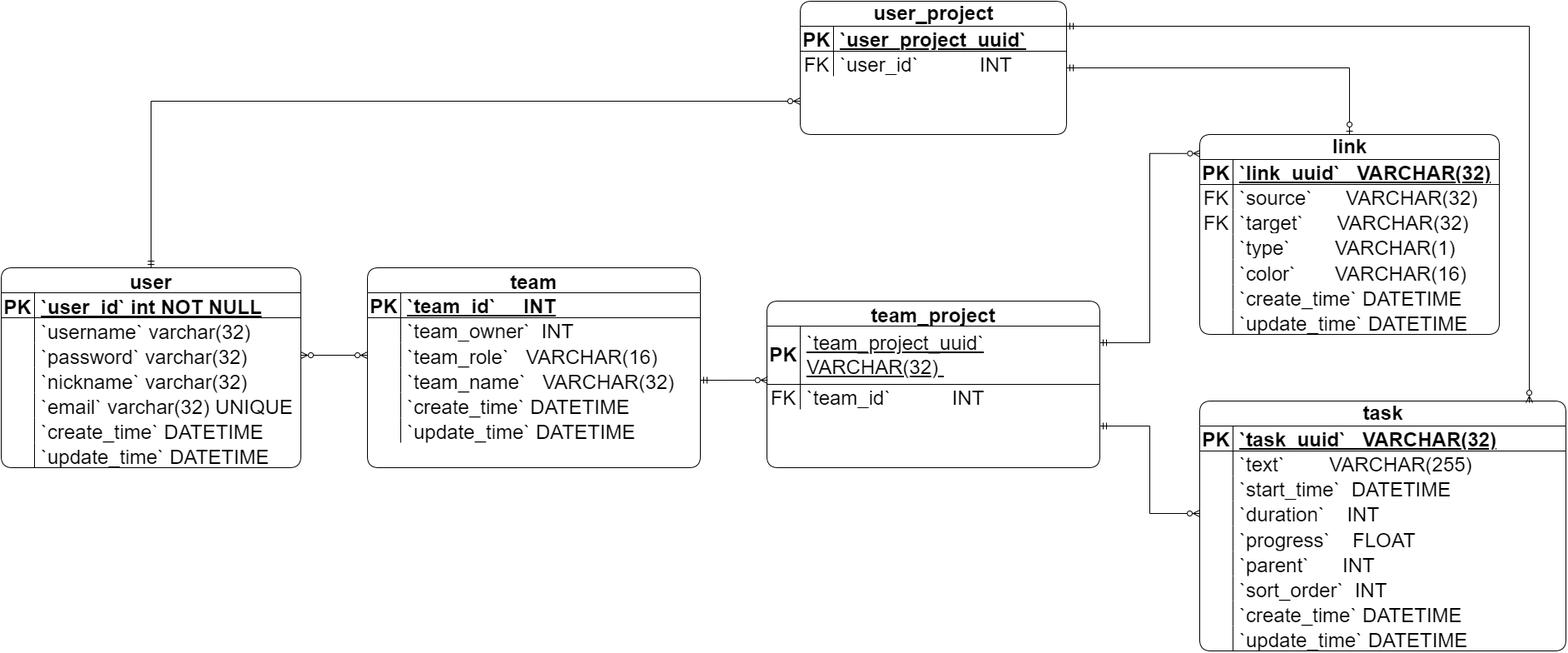
Above: docs/imgs/gantt-db-drawio.png in zhouyibetter/Interactive-Web-Gantt-Chart (draw.io), before the change. Source tidied: cells renumbered, new cells last; positions are measured from the earlier drawing's top-left corner, leaving out a move shared by most shapes.
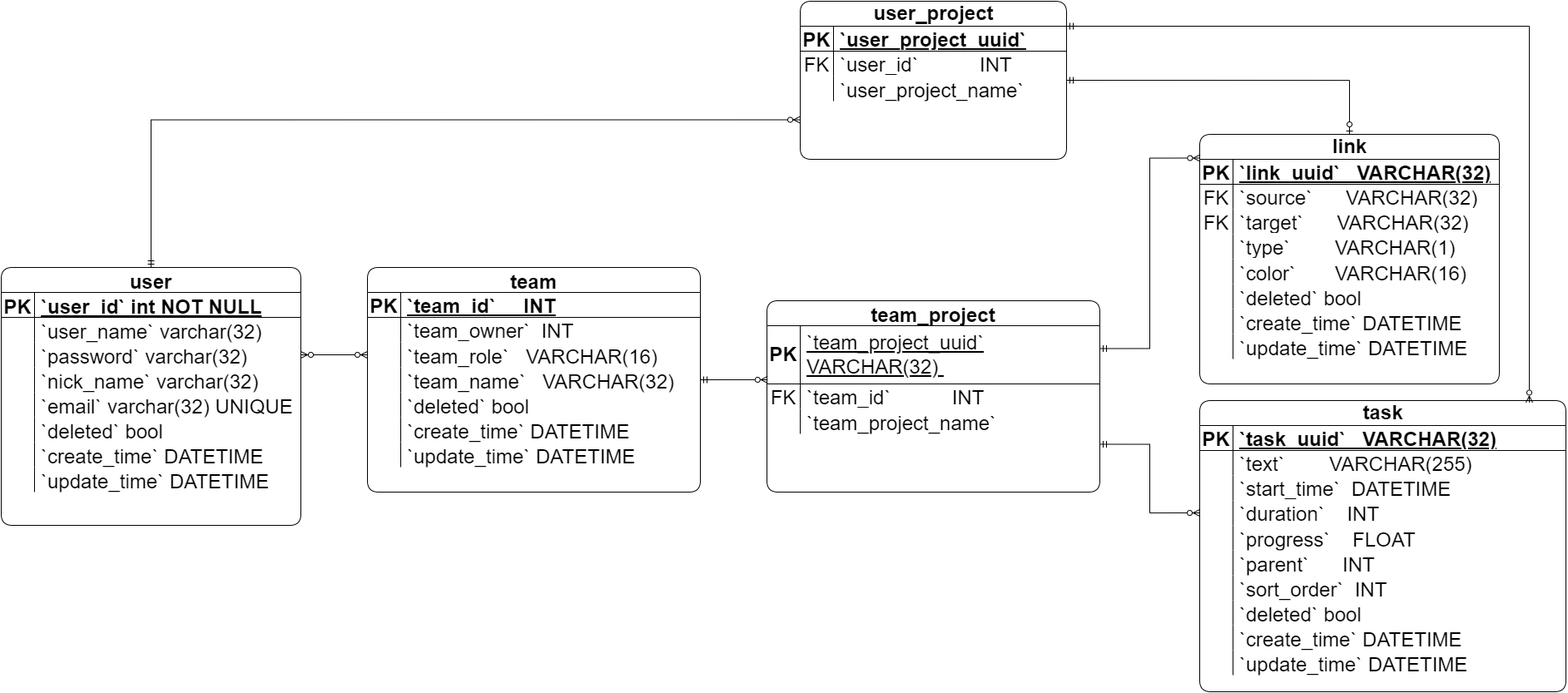
The same diagram one commit later.

What changed in the source:
```diff
@@ -3,7 +3,7 @@
     <mxCell id="0" />
     <mxCell id="1" parent="0" />
     <mxCell id="2" value="team" style="shape=table;startSize=30;rowLines=0;fontStyle=1;align=center;rounded=1;fontSize=24;" parent="1" vertex="1">
-      <mxGeometry x="440" y="320" width="400" height="240" as="geometry" />
+      <mxGeometry x="440" y="320" width="400" height="270" as="geometry" />
     </mxCell>
     <mxCell id="3" style="shape=tableRow;horizontal=0;startSize=0;swimlaneHead=0;swimlaneBody=0;fillColor=none;top=0;left=0;right=0;bottom=1;rounded=1;fontSize=24;" parent="2" vertex="1">
       <mxGeometry y="30" width="400" height="30" as="geometry" />
@@ -41,8 +41,17 @@
     <mxCell id="14" value="`team_name`   VARCHAR(32) " style="shape=partialRectangle;fillColor=none;top=0;left=0;bottom=0;right=0;align=left;spacingLeft=6;overflow=hidden;rounded=1;fontSize=24;" parent="12" vertex="1">
       <mxGeometry x="40" width="360" height="30" as="geometry" />
     </mxCell>
+    <mxCell id="114" style="shape=tableRow;horizontal=0;startSize=0;swimlaneHead=0;swimlaneBody=0;fillColor=none;top=0;left=0;right=0;bottom=0;fontSize=24;" parent="2" vertex="1">
+      <mxGeometry y="150" width="400" height="30" as="geometry" />
+    </mxCell>
+    <mxCell id="115" style="shape=partialRectangle;fillColor=none;top=0;left=0;bottom=0;right=0;overflow=hidden;fontSize=24;" parent="114" vertex="1">
+      <mxGeometry width="40" height="30" as="geometry" />
+    </mxCell>
+    <mxCell id="116" value="`deleted` bool" style="shape=partialRectangle;fillColor=none;top=0;left=0;bottom=0;right=0;align=left;spacingLeft=6;overflow=hidden;fontSize=24;" parent="114" vertex="1">
+      <mxGeometry x="40" width="360" height="30" as="geometry" />
+    </mxCell>
     <mxCell id="15" style="shape=tableRow;horizontal=0;startSize=0;swimlaneHead=0;swimlaneBody=0;fillColor=none;top=0;left=0;right=0;bottom=0;fontSize=24;" parent="2" vertex="1">
-      <mxGeometry y="150" width="400" height="30" as="geometry" />
+      <mxGeometry y="180" width="400" height="30" as="geometry" />
     </mxCell>
     <mxCell id="16" style="shape=partialRectangle;fillColor=none;top=0;left=0;bottom=0;right=0;overflow=hidden;fontSize=24;" parent="15" vertex="1">
       <mxGeometry width="40" height="30" as="geometry" />
@@ -51,7 +60,7 @@
       <mxGeometry x="40" width="360" height="30" as="geometry" />
     </mxCell>
     <mxCell id="18" style="shape=tableRow;horizontal=0;startSize=0;swimlaneHead=0;swimlaneBody=0;fillColor=none;top=0;left=0;right=0;bottom=0;fontSize=24;" parent="2" vertex="1">
-      <mxGeometry y="180" width="400" height="30" as="geometry" />
+      <mxGeometry y="210" width="400" height="30" as="geometry" />
     </mxCell>
     <mxCell id="19" style="shape=partialRectangle;fillColor=none;top=0;left=0;bottom=0;right=0;overflow=hidden;fontSize=24;" parent="18" vertex="1">
       <mxGeometry width="40" height="30" as="geometry" />
@@ -59,11 +68,11 @@
     <mxCell id="20" value="`update_time` DATETIME" style="shape=partialRectangle;fillColor=none;top=0;left=0;bottom=0;right=0;align=left;spacingLeft=6;overflow=hidden;fontSize=24;" parent="18" vertex="1">
       <mxGeometry x="40" width="360" height="30" as="geometry" />
     </mxCell>
-    <mxCell id="21" style="edgeStyle=orthogonalEdgeStyle;rounded=0;jettySize=auto;html=1;exitX=1;exitY=0.75;exitDx=0;exitDy=0;entryX=0;entryY=0.5;entryDx=0;entryDy=0;startArrow=ERmandOne;startFill=0;endArrow=ERzeroToMany;endFill=0;" parent="1" edge="1" source="22" target="70">
+    <mxCell id="21" style="edgeStyle=orthogonalEdgeStyle;rounded=0;jettySize=auto;html=1;exitX=1;exitY=0.75;exitDx=0;exitDy=0;entryX=0;entryY=0.5;entryDx=0;entryDy=0;startArrow=ERmandOne;startFill=0;endArrow=ERzeroToMany;endFill=0;fontSize=24;" parent="1" edge="1" source="22" target="70">
       <mxGeometry relative="1" as="geometry" />
     </mxCell>
     <mxCell id="22" value="team_project" style="shape=table;startSize=30;rowLines=0;fontStyle=1;align=center;rounded=1;fontSize=24;" parent="1" vertex="1">
-      <mxGeometry x="920" y="360" width="400" height="200" as="geometry" />
+      <mxGeometry x="920" y="360" width="400" height="230" as="geometry" />
     </mxCell>
     <mxCell id="23" style="shape=tableRow;horizontal=0;startSize=0;swimlaneHead=0;swimlaneBody=0;fillColor=none;points=[[0,0.5],[1,0.5]];portConstraint=eastwest;top=0;left=0;right=0;bottom=1;fontSize=24;" parent="22" vertex="1">
       <mxGeometry y="30" width="400" height="70" as="geometry" />
@@ -83,11 +92,20 @@
     <mxCell id="28" value="`team_id`&amp;nbsp; &amp;nbsp; &amp;nbsp; &amp;nbsp; &amp;nbsp; &amp;nbsp;INT" style="shape=partialRectangle;fillColor=none;top=0;left=0;bottom=0;right=0;align=left;spacingLeft=6;fontStyle=0;overflow=hidden;whiteSpace=wrap;html=1;rounded=1;fontSize=24;" parent="26" vertex="1">
       <mxGeometry x="40" width="360" height="30" as="geometry" />
     </mxCell>
+    <mxCell id="117" style="shape=tableRow;horizontal=0;startSize=0;swimlaneHead=0;swimlaneBody=0;fillColor=none;top=0;left=0;right=0;bottom=0;fontSize=24;" parent="22" vertex="1">
+      <mxGeometry y="130" width="400" height="30" as="geometry" />
+    </mxCell>
+    <mxCell id="118" style="shape=partialRectangle;fillColor=none;top=0;left=0;bottom=0;right=0;overflow=hidden;fontSize=24;" parent="117" vertex="1">
+      <mxGeometry width="40" height="30" as="geometry" />
+    </mxCell>
+    <mxCell id="119" value="`team_project_name`" style="shape=partialRectangle;fillColor=none;top=0;left=0;bottom=0;right=0;align=left;spacingLeft=6;overflow=hidden;fontSize=24;" parent="117" vertex="1">
+      <mxGeometry x="40" width="360" height="30" as="geometry" />
+    </mxCell>
     <mxCell id="29" style="edgeStyle=orthogonalEdgeStyle;rounded=0;jettySize=auto;html=1;exitX=0.5;exitY=0;exitDx=0;exitDy=0;entryX=0;entryY=0.75;entryDx=0;entryDy=0;startArrow=ERmandOne;startFill=0;endArrow=ERzeroToMany;endFill=0;fontSize=24;" parent="1" edge="1" source="30" target="53">
       <mxGeometry relative="1" as="geometry" />
     </mxCell>
     <mxCell id="30" value="user" style="shape=table;startSize=30;rowLines=0;fontStyle=1;align=center;rounded=1;fontSize=24;" parent="1" vertex="1">
-      <mxGeometry y="320" width="360" height="240" as="geometry" />
+      <mxGeometry y="320" width="360" height="310" as="geometry" />
     </mxCell>
     <mxCell id="31" style="shape=partialRectangle;fillColor=none;top=0;left=0;right=0;bottom=1;rounded=1;fontSize=24;" parent="30" vertex="1">
       <mxGeometry y="30" width="360" height="30" as="geometry" />
@@ -104,7 +122,7 @@
     <mxCell id="35" style="shape=partialRectangle;overflow=hidden;fillColor=none;top=0;left=0;bottom=0;right=0;rounded=1;fontSize=24;" parent="34" vertex="1">
       <mxGeometry width="40" height="30" as="geometry" />
     </mxCell>
-    <mxCell id="36" value="`username` varchar(32) " style="shape=partialRectangle;overflow=hidden;fillColor=none;top=0;left=0;bottom=0;right=0;align=left;spacingLeft=6;rounded=1;fontSize=24;" parent="34" vertex="1">
+    <mxCell id="36" value="`user_name` varchar(32) " style="shape=partialRectangle;overflow=hidden;fillColor=none;top=0;left=0;bottom=0;right=0;align=left;spacingLeft=6;rounded=1;fontSize=24;" parent="34" vertex="1">
       <mxGeometry x="40" width="320" height="30" as="geometry" />
     </mxCell>
     <mxCell id="37" style="shape=tableRow;horizontal=0;startSize=0;swimlaneHead=0;swimlaneBody=0;fillColor=none;points=[[0,0.5],[1,0.5]];portConstraint=eastwest;top=0;left=0;right=0;bottom=0;rounded=1;fontSize=24;" parent="30" vertex="1">
@@ -122,7 +140,7 @@
     <mxCell id="41" style="shape=partialRectangle;fillColor=none;top=0;left=0;bottom=0;right=0;overflow=hidden;rounded=1;fontSize=24;" parent="40" vertex="1">
       <mxGeometry width="40" height="30" as="geometry" />
     </mxCell>
-    <mxCell id="42" value="`nickname` varchar(32)" style="shape=partialRectangle;fillColor=none;top=0;left=0;bottom=0;right=0;align=left;spacingLeft=6;overflow=hidden;rounded=1;fontSize=24;" parent="40" vertex="1">
+    <mxCell id="42" value="`nick_name` varchar(32)" style="shape=partialRectangle;fillColor=none;top=0;left=0;bottom=0;right=0;align=left;spacingLeft=6;overflow=hidden;rounded=1;fontSize=24;" parent="40" vertex="1">
       <mxGeometry x="40" width="320" height="30" as="geometry" />
     </mxCell>
     <mxCell id="43" style="shape=tableRow;horizontal=0;startSize=0;swimlaneHead=0;swimlaneBody=0;fillColor=none;top=0;left=0;right=0;bottom=0;rounded=1;fontSize=24;" parent="30" vertex="1">
@@ -134,8 +152,17 @@
     <mxCell id="45" value="`email` varchar(32) UNIQUE" style="shape=partialRectangle;fillColor=none;top=0;left=0;bottom=0;right=0;align=left;spacingLeft=6;overflow=hidden;rounded=1;fontSize=24;" parent="43" vertex="1">
       <mxGeometry x="40" width="320" height="30" as="geometry" />
     </mxCell>
+    <mxCell id="120" style="shape=tableRow;horizontal=0;startSize=0;swimlaneHead=0;swimlaneBody=0;fillColor=none;top=0;left=0;right=0;bottom=0;fontSize=24;" parent="30" vertex="1">
+      <mxGeometry y="180" width="360" height="30" as="geometry" />
+    </mxCell>
+    <mxCell id="121" style="shape=partialRectangle;fillColor=none;top=0;left=0;bottom=0;right=0;overflow=hidden;fontSize=24;" parent="120" vertex="1">
+      <mxGeometry width="40" height="30" as="geometry" />
+    </mxCell>
+    <mxCell id="122" value="`deleted` bool" style="shape=partialRectangle;fillColor=none;top=0;left=0;bottom=0;right=0;align=left;spacingLeft=6;overflow=hidden;fontSize=24;" parent="120" vertex="1">
+      <mxGeometry x="40" width="320" height="30" as="geometry" />
+    </mxCell>
     <mxCell id="46" style="shape=tableRow;horizontal=0;startSize=0;swimlaneHead=0;swimlaneBody=0;fillColor=none;top=0;left=0;right=0;bottom=0;rounded=1;fontSize=24;" parent="30" vertex="1">
-      <mxGeometry y="180" width="360" height="30" as="geometry" />
+      <mxGeometry y="210" width="360" height="30" as="geometry" />
     </mxCell>
     <mxCell id="47" style="shape=partialRectangle;fillColor=none;top=0;left=0;bottom=0;right=0;overflow=hidden;rounded=1;fontSize=24;" parent="46" vertex="1">
       <mxGeometry width="40" height="30" as="geometry" />
@@ -144,7 +171,7 @@
       <mxGeometry x="40" width="320" height="30" as="geometry" />
     </mxCell>
     <mxCell id="49" style="shape=tableRow;horizontal=0;startSize=0;swimlaneHead=0;swimlaneBody=0;fillColor=none;top=0;left=0;right=0;bottom=0;rounded=1;fontSize=24;" parent="30" vertex="1">
-      <mxGeometry y="210" width="360" height="30" as="geometry" />
+      <mxGeometry y="240" width="360" height="30" as="geometry" />
     </mxCell>
     <mxCell id="50" style="shape=partialRectangle;fillColor=none;top=0;left=0;bottom=0;right=0;overflow=hidden;rounded=1;fontSize=24;" parent="49" vertex="1">
       <mxGeometry width="40" height="30" as="geometry" />
@@ -156,7 +183,7 @@
       <mxGeometry relative="1" as="geometry" />
     </mxCell>
     <mxCell id="53" value="user_project" style="shape=table;startSize=30;rowLines=0;fontStyle=1;align=center;html=1;rounded=1;fontSize=24;" parent="1" vertex="1">
-      <mxGeometry x="960" width="320" height="160" as="geometry" />
+      <mxGeometry x="960" width="320" height="190" as="geometry" />
     </mxCell>
     <mxCell id="54" style="shape=tableRow;horizontal=0;startSize=0;swimlaneHead=0;swimlaneBody=0;fillColor=none;top=0;left=0;right=0;bottom=1;rounded=1;fontSize=24;" parent="53" vertex="1">
       <mxGeometry y="30" width="320" height="30" as="geometry" />
@@ -176,8 +203,17 @@
     <mxCell id="59" value="`user_id`&amp;nbsp; &amp;nbsp; &amp;nbsp; &amp;nbsp; &amp;nbsp; &amp;nbsp;INT" style="shape=partialRectangle;fillColor=none;top=0;left=0;bottom=0;right=0;align=left;spacingLeft=6;fontStyle=0;overflow=hidden;whiteSpace=wrap;html=1;rounded=1;fontSize=24;" parent="57" vertex="1">
       <mxGeometry x="40" width="280" height="30" as="geometry" />
     </mxCell>
+    <mxCell id="123" style="shape=tableRow;horizontal=0;startSize=0;swimlaneHead=0;swimlaneBody=0;fillColor=none;top=0;left=0;right=0;bottom=0;fontSize=24;" parent="53" vertex="1">
+      <mxGeometry y="90" width="320" height="30" as="geometry" />
+    </mxCell>
+    <mxCell id="124" style="shape=partialRectangle;fillColor=none;top=0;left=0;bottom=0;right=0;overflow=hidden;fontSize=24;" parent="123" vertex="1">
+      <mxGeometry width="40" height="30" as="geometry" />
+    </mxCell>
+    <mxCell id="125" value="`user_project_name`" style="shape=partialRectangle;fillColor=none;top=0;left=0;bottom=0;right=0;align=left;spacingLeft=6;overflow=hidden;fontSize=24;" parent="123" vertex="1">
+      <mxGeometry x="40" width="280" height="30" as="geometry" />
+    </mxCell>
     <mxCell id="60" value="task" style="shape=table;startSize=30;rowLines=0;fontStyle=1;align=center;html=1;rounded=1;fontSize=24;" parent="1" vertex="1">
-      <mxGeometry x="1440" y="480" width="440" height="300" as="geometry" />
+      <mxGeometry x="1440" y="480" width="440" height="350" as="geometry" />
     </mxCell>
     <mxCell id="61" style="shape=tableRow;horizontal=0;startSize=0;swimlaneHead=0;swimlaneBody=0;fillColor=none;top=0;left=0;right=0;bottom=1;rounded=1;fontSize=24;" parent="60" vertex="1">
       <mxGeometry y="30" width="440" height="30" as="geometry" />
@@ -242,8 +278,17 @@
     <mxCell id="81" value="`sort_order`  INT" style="shape=partialRectangle;fillColor=none;top=0;left=0;bottom=0;right=0;align=left;spacingLeft=6;overflow=hidden;rounded=1;fontSize=24;" parent="79" vertex="1">
       <mxGeometry x="40" width="400" height="30" as="geometry" />
     </mxCell>
+    <mxCell id="126" style="shape=tableRow;horizontal=0;startSize=0;swimlaneHead=0;swimlaneBody=0;fillColor=none;top=0;left=0;right=0;bottom=0;fontSize=24;" parent="60" vertex="1">
+      <mxGeometry y="240" width="440" height="30" as="geometry" />
+    </mxCell>
+    <mxCell id="127" style="shape=partialRectangle;fillColor=none;top=0;left=0;bottom=0;right=0;overflow=hidden;fontSize=24;" parent="126" vertex="1">
+      <mxGeometry width="40" height="30" as="geometry" />
+    </mxCell>
+    <mxCell id="128" value="`deleted` bool" style="shape=partialRectangle;fillColor=none;top=0;left=0;bottom=0;right=0;align=left;spacingLeft=6;overflow=hidden;fontSize=24;" parent="126" vertex="1">
+      <mxGeometry x="40" width="400" height="30" as="geometry" />
+    </mxCell>
     <mxCell id="82" style="shape=tableRow;horizontal=0;startSize=0;swimlaneHead=0;swimlaneBody=0;fillColor=none;top=0;left=0;right=0;bottom=0;rounded=1;fontSize=24;" parent="60" vertex="1">
-      <mxGeometry y="240" width="440" height="30" as="geometry" />
+      <mxGeometry y="270" width="440" height="30" as="geometry" />
     </mxCell>
     <mxCell id="83" style="shape=partialRectangle;fillColor=none;top=0;left=0;bottom=0;right=0;overflow=hidden;rounded=1;fontSize=24;" parent="82" vertex="1">
       <mxGeometry width="40" height="30" as="geometry" />
@@ -252,7 +297,7 @@
       <mxGeometry x="40" width="400" height="30" as="geometry" />
     </mxCell>
     <mxCell id="85" style="shape=tableRow;horizontal=0;startSize=0;swimlaneHead=0;swimlaneBody=0;fillColor=none;top=0;left=0;right=0;bottom=0;rounded=1;fontSize=24;" parent="60" vertex="1">
-      <mxGeometry y="270" width="440" height="30" as="geometry" />
+      <mxGeometry y="300" width="440" height="30" as="geometry" />
     </mxCell>
     <mxCell id="86" style="shape=partialRectangle;fillColor=none;top=0;left=0;bottom=0;right=0;overflow=hidden;rounded=1;fontSize=24;" parent="85" vertex="1">
       <mxGeometry width="40" height="30" as="geometry" />
@@ -261,7 +306,7 @@
       <mxGeometry x="40" width="400" height="30" as="geometry" />
     </mxCell>
     <mxCell id="88" value="link" style="shape=table;startSize=30;rowLines=0;fontStyle=1;align=center;html=1;rounded=1;fontSize=24;" parent="1" vertex="1">
-      <mxGeometry x="1440" y="160" width="360" height="240" as="geometry" />
+      <mxGeometry x="1440" y="160" width="360" height="300" as="geometry" />
     </mxCell>
     <mxCell id="89" style="shape=tableRow;horizontal=0;startSize=0;swimlaneHead=0;swimlaneBody=0;fillColor=none;top=0;left=0;right=0;bottom=1;rounded=1;fontSize=24;" parent="88" vertex="1">
       <mxGeometry y="30" width="360" height="30" as="geometry" />
@@ -308,8 +353,17 @@
     <mxCell id="103" value="`color`       VARCHAR(16)" style="shape=partialRectangle;fillColor=none;top=0;left=0;bottom=0;right=0;align=left;spacingLeft=6;overflow=hidden;fontSize=24;" parent="101" vertex="1">
       <mxGeometry x="40" width="320" height="30" as="geometry" />
     </mxCell>
+    <mxCell id="129" style="shape=tableRow;horizontal=0;startSize=0;swimlaneHead=0;swimlaneBody=0;fillColor=none;top=0;left=0;right=0;bottom=0;fontSize=24;" parent="88" vertex="1">
+      <mxGeometry y="180" width="360" height="30" as="geometry" />
+    </mxCell>
+    <mxCell id="130" style="shape=partialRectangle;fillColor=none;top=0;left=0;bottom=0;right=0;overflow=hidden;fontSize=24;" parent="129" vertex="1">
+      <mxGeometry width="40" height="30" as="geometry" />
+    </mxCell>
+    <mxCell id="131" value="`deleted` bool" style="shape=partialRectangle;fillColor=none;top=0;left=0;bottom=0;right=0;align=left;spacingLeft=6;overflow=hidden;fontSize=24;" parent="129" vertex="1">
+      <mxGeometry x="40" width="320" height="30" as="geometry" />
+    </mxCell>
     <mxCell id="104" style="shape=tableRow;horizontal=0;startSize=0;swimlaneHead=0;swimlaneBody=0;fillColor=none;top=0;left=0;right=0;bottom=0;rounded=1;fontSize=24;" parent="88" vertex="1">
-      <mxGeometry y="180" width="360" height="30" as="geometry" />
+      <mxGeometry y="210" width="360" height="30" as="geometry" />
     </mxCell>
     <mxCell id="105" style="shape=partialRectangle;fillColor=none;top=0;left=0;bottom=0;right=0;overflow=hidden;rounded=1;fontSize=24;" parent="104" vertex="1">
       <mxGeometry width="40" height="30" as="geometry" />
@@ -318,7 +372,7 @@
       <mxGeometry x="40" width="320" height="30" as="geometry" />
     </mxCell>
     <mxCell id="107" style="shape=tableRow;horizontal=0;startSize=0;swimlaneHead=0;swimlaneBody=0;fillColor=none;top=0;left=0;right=0;bottom=0;rounded=1;fontSize=24;" parent="88" vertex="1">
-      <mxGeometry y="210" width="360" height="30" as="geometry" />
+      <mxGeometry y="240" width="360" height="30" as="geometry" />
     </mxCell>
     <mxCell id="108" style="shape=partialRectangle;fillColor=none;top=0;left=0;bottom=0;right=0;overflow=hidden;rounded=1;fontSize=24;" parent="107" vertex="1">
       <mxGeometry width="40" height="30" as="geometry" />
@@ -332,10 +386,10 @@
     <mxCell id="111" style="edgeStyle=orthogonalEdgeStyle;rounded=0;jettySize=auto;html=1;exitX=1;exitY=0.25;exitDx=0;exitDy=0;entryX=0.001;entryY=0.095;entryDx=0;entryDy=0;entryPerimeter=0;startArrow=ERmandOne;startFill=0;endArrow=ERzeroToMany;endFill=0;fontSize=24;" parent="1" edge="1" source="22" target="88">
       <mxGeometry relative="1" as="geometry" />
     </mxCell>
-    <mxCell id="112" style="edgeStyle=orthogonalEdgeStyle;rounded=0;jettySize=auto;html=1;exitX=1;exitY=0.5;exitDx=0;exitDy=0;entryX=0.002;entryY=0.928;entryDx=0;entryDy=0;entryPerimeter=0;startArrow=ERmandOne;startFill=0;endArrow=ERzeroToMany;endFill=0;" parent="1" edge="1" source="12" target="23">
+    <mxCell id="112" style="edgeStyle=orthogonalEdgeStyle;rounded=0;jettySize=auto;html=1;exitX=1;exitY=0.5;exitDx=0;exitDy=0;entryX=0.002;entryY=0.928;entryDx=0;entryDy=0;entryPerimeter=0;startArrow=ERmandOne;startFill=0;endArrow=ERzeroToMany;endFill=0;fontSize=24;" parent="1" edge="1" source="12" target="23">
       <mxGeometry relative="1" as="geometry" />
     </mxCell>
-    <mxCell id="113" style="edgeStyle=orthogonalEdgeStyle;rounded=0;jettySize=auto;html=1;entryX=0.9;entryY=0.007;entryDx=0;entryDy=0;entryPerimeter=0;startArrow=ERmandOne;startFill=0;endArrow=ERzeroToMany;endFill=0;" parent="1" edge="1" target="60">
+    <mxCell id="113" style="edgeStyle=orthogonalEdgeStyle;rounded=0;jettySize=auto;html=1;entryX=0.9;entryY=0.007;entryDx=0;entryDy=0;entryPerimeter=0;startArrow=ERmandOne;startFill=0;endArrow=ERzeroToMany;endFill=0;fontSize=24;" parent="1" edge="1" target="60">
       <mxGeometry relative="1" as="geometry">
         <mxPoint x="1280" y="30" as="sourcePoint" />
         <Array as="points">
```
